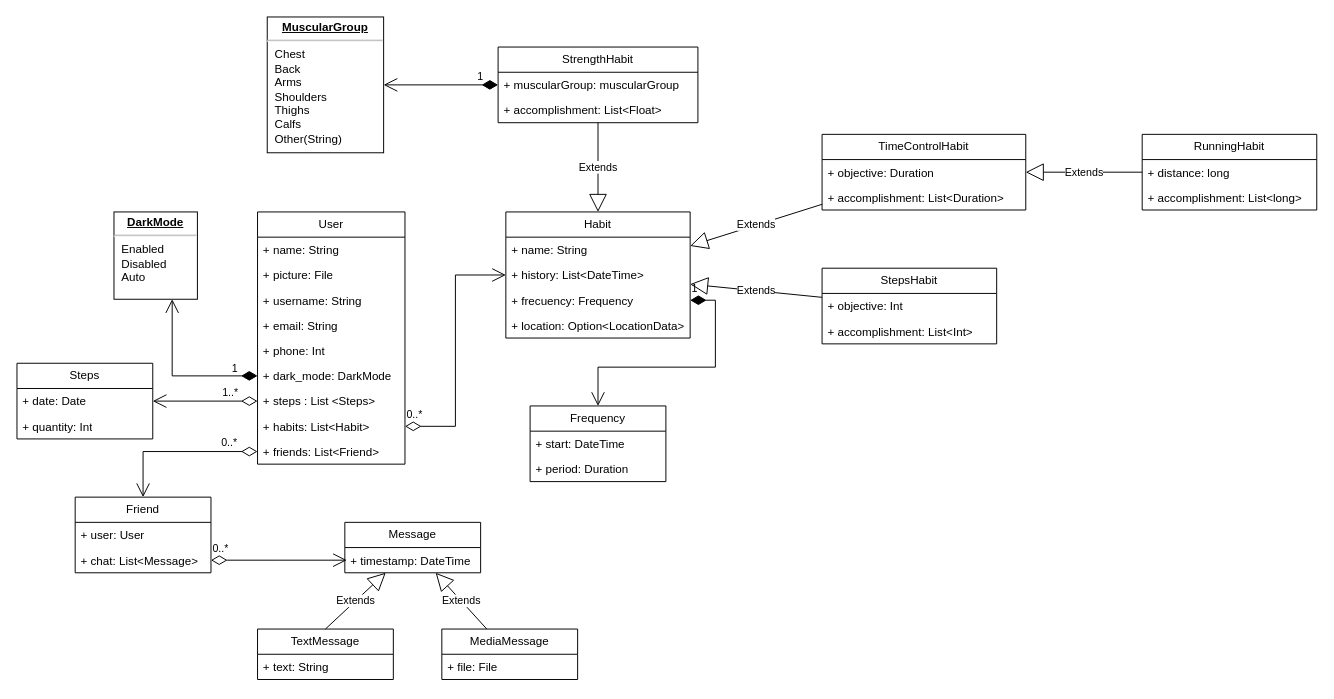
Above: wiki_images/Diagrama de Clases.drawio in ICM2330/LifeCoach (draw.io), before the change. Source tidied: cells renumbered, new cells numbered last; positions are measured from the earlier drawing's top-left corner, leaving out a move shared by most shapes. Both pictures are drawn from the tidied source at 97%, with x=0, y=0 at pixel (16, 16).
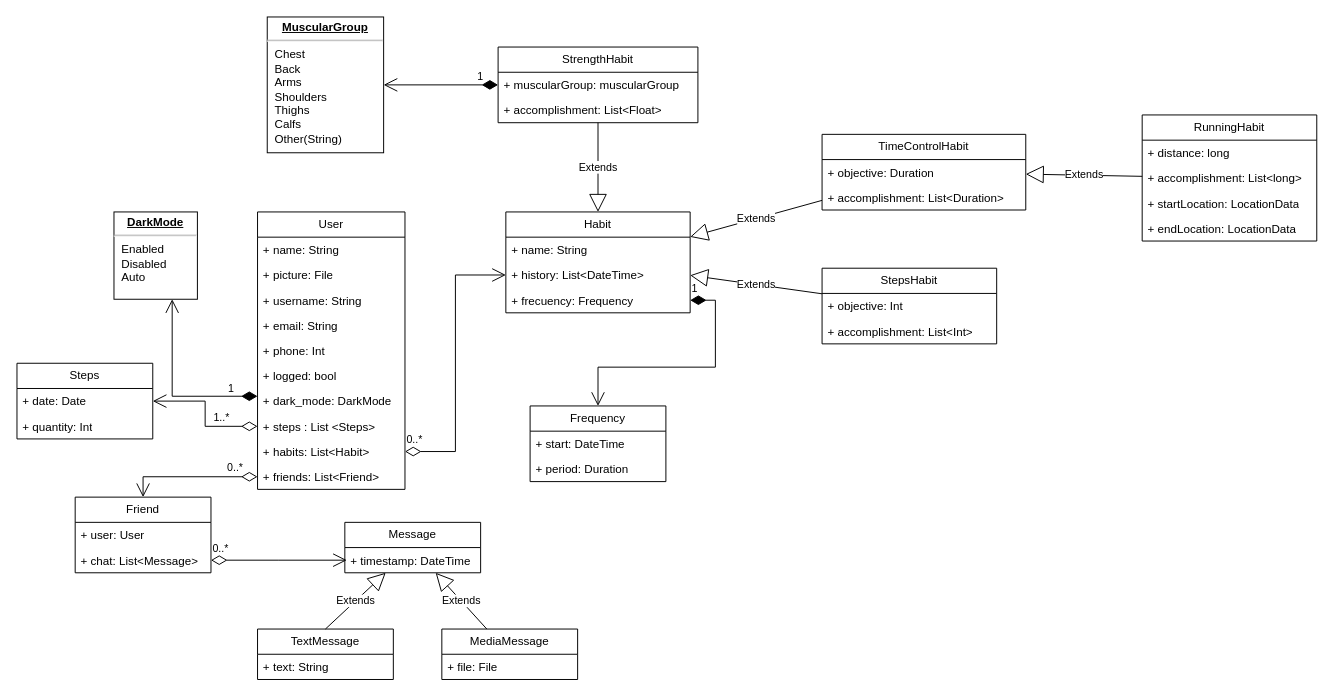
The same diagram, later.

Commit message (it also covers changes not shown here):
Diagrama de clases actualizado

The change refers to these unchanged cells:
```xml
<mxCell id="34" value="&lt;p style=&quot;margin:0px;margin-top:4px;text-align:center;text-decoration:underline;&quot;&gt;&lt;b&gt;DarkMode&lt;/b&gt;&lt;/p&gt;&lt;hr&gt;&lt;p style=&quot;margin:0px;margin-left:8px;&quot;&gt;Enabled&lt;br&gt;Disabled&lt;br&gt;Auto&lt;/p&gt;" style="verticalAlign=top;align=left;overflow=fill;fontSize=12;fontFamily=Helvetica;html=1;whiteSpace=wrap;" parent="1" vertex="1">
  <mxGeometry x="100" y="201" width="86" height="90" as="geometry" />
</mxCell>
```

The edit, as a diff of the source:
```diff
@@
     <mxCell id="2" value="User" style="swimlane;fontStyle=0;horizontal=1;startSize=26;fillColor=none;whiteSpace=wrap;html=1;" parent="1" vertex="1">
-      <mxGeometry x="248" y="201" width="152" height="260" as="geometry" />
+      <mxGeometry x="248" y="201" width="152" height="286" as="geometry" />
     </mxCell>
@@
+    <mxCell id="59" value="+ logged: bool" style="text;strokeColor=none;fillColor=none;align=left;verticalAlign=top;spacingLeft=4;spacingRight=4;overflow=hidden;whiteSpace=wrap;html=1;" parent="2" vertex="1">
+      <mxGeometry y="156" width="152" height="26" as="geometry" />
+    </mxCell>
     <mxCell id="8" value="+ dark_mode: DarkMode" style="text;strokeColor=none;fillColor=none;align=left;verticalAlign=top;spacingLeft=4;spacingRight=4;overflow=hidden;points=[[0,0.5],[1,0.5]];portConstraint=eastwest;whiteSpace=wrap;html=1;" parent="2" vertex="1">
-      <mxGeometry y="156" width="152" height="26" as="geometry" />
+      <mxGeometry y="182" width="152" height="26" as="geometry" />
     </mxCell>
     <mxCell id="9" value="+ steps : List &amp;lt;Steps&amp;gt;" style="text;strokeColor=none;fillColor=none;align=left;verticalAlign=top;spacingLeft=4;spacingRight=4;overflow=hidden;points=[[0,0.5],[1,0.5]];portConstraint=eastwest;whiteSpace=wrap;html=1;" parent="2" vertex="1">
-      <mxGeometry y="182" width="152" height="26" as="geometry" />
+      <mxGeometry y="208" width="152" height="26" as="geometry" />
     </mxCell>
     <mxCell id="10" value="+ habits: List&amp;lt;Habit&amp;gt;" style="text;strokeColor=none;fillColor=none;align=left;verticalAlign=top;spacingLeft=4;spacingRight=4;overflow=hidden;points=[[0,0.5],[1,0.5]];portConstraint=eastwest;whiteSpace=wrap;html=1;" parent="2" vertex="1">
-      <mxGeometry y="208" width="152" height="26" as="geometry" />
+      <mxGeometry y="234" width="152" height="26" as="geometry" />
     </mxCell>
     <mxCell id="11" value="+ friends: List&amp;lt;Friend&amp;gt;" style="text;strokeColor=none;fillColor=none;align=left;verticalAlign=top;spacingLeft=4;spacingRight=4;overflow=hidden;points=[[0,0.5],[1,0.5]];portConstraint=eastwest;whiteSpace=wrap;html=1;" parent="2" vertex="1">
-      <mxGeometry y="234" width="152" height="26" as="geometry" />
+      <mxGeometry y="260" width="152" height="26" as="geometry" />
     </mxCell>
     <mxCell id="12" value="Habit" style="swimlane;fontStyle=0;horizontal=1;startSize=26;fillColor=none;whiteSpace=wrap;html=1;" parent="1" vertex="1">
-      <mxGeometry x="504" y="201" width="190" height="130" as="geometry" />
+      <mxGeometry x="504" y="201" width="190" height="104" as="geometry" />
     </mxCell>
@@
-    <mxCell id="16" value="+ location: Option&amp;lt;LocationData&amp;gt;" style="text;strokeColor=none;fillColor=none;align=left;verticalAlign=top;spacingLeft=4;spacingRight=4;overflow=hidden;whiteSpace=wrap;html=1;" parent="12" vertex="1">
-      <mxGeometry y="104" width="190" height="26" as="geometry" />
-    </mxCell>
@@
     <mxCell id="39" value="1" style="endArrow=open;html=1;endSize=12;startArrow=diamondThin;startSize=14;startFill=1;edgeStyle=orthogonalEdgeStyle;align=left;verticalAlign=bottom;rounded=0;" parent="1" edge="1" source="8" target="34">
       <mxGeometry x="-0.66" y="1" relative="1" as="geometry">
         <Array as="points">
-          <mxPoint x="160" y="370" />
+          <mxPoint x="160" y="391" />
         </Array>
       </mxGeometry>
     </mxCell>
@@
     <mxCell id="47" value="RunningHabit" style="swimlane;fontStyle=0;horizontal=1;startSize=26;fillColor=none;whiteSpace=wrap;html=1;" parent="1" vertex="1">
-      <mxGeometry x="1160" y="121" width="180" height="78" as="geometry" />
+      <mxGeometry x="1160" y="101" width="180" height="130" as="geometry" />
     </mxCell>
@@
+    <mxCell id="60" value="+ startLocation: LocationData" style="text;strokeColor=none;fillColor=none;align=left;verticalAlign=top;spacingLeft=4;spacingRight=4;overflow=hidden;whiteSpace=wrap;html=1;" parent="47" vertex="1">
+      <mxGeometry y="78" width="180" height="26" as="geometry" />
+    </mxCell>
+    <mxCell id="61" value="+ endLocation: LocationData" style="text;strokeColor=none;fillColor=none;align=left;verticalAlign=top;spacingLeft=4;spacingRight=4;overflow=hidden;whiteSpace=wrap;html=1;" parent="47" vertex="1">
+      <mxGeometry y="104" width="180" height="26" as="geometry" />
+    </mxCell>
```
